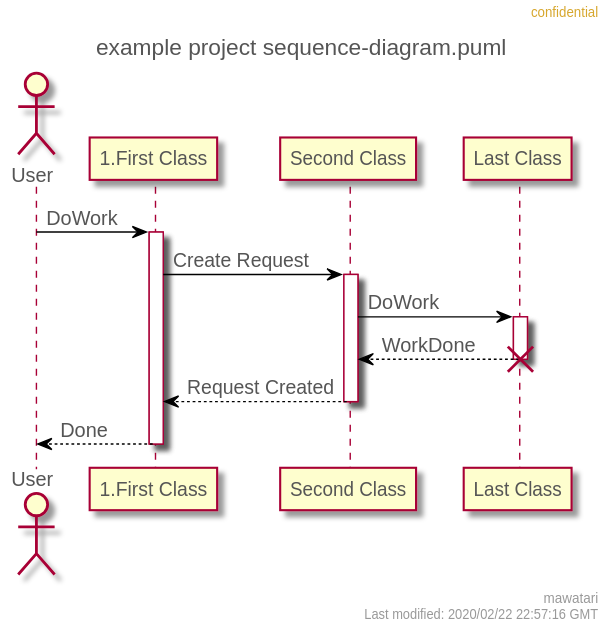
Before: sequence-diagram.svg, a diagram exported from PlantUML (mawatari/example-project-uml).
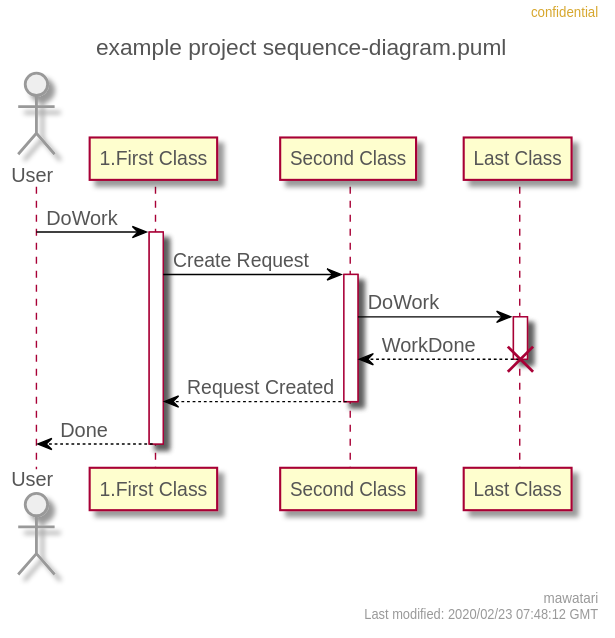
After the change.

Commit message:
Automatically generated PlantUML images.

What changed in the source:
```diff
@@ -19,6 +19,11 @@
   FontSize 16
 }
 
+skinparam Actor {
+  BackgroundColor #eeeeee
+  BorderColor #999999
+}
+
 skinparam note {
   FontStyle bold
   FontColor #ffffff
@@ -38,7 +43,7 @@
   DiamondBorderColor #999999
 }
 right header confidential
-right footer mawatari\nLast modified: 2020/02/22 22:57:16 GMT
+right footer mawatari\nLast modified: 2020/02/23 07:48:12 GMT
 title example project sequence-diagram.puml
 
 actor User
```
